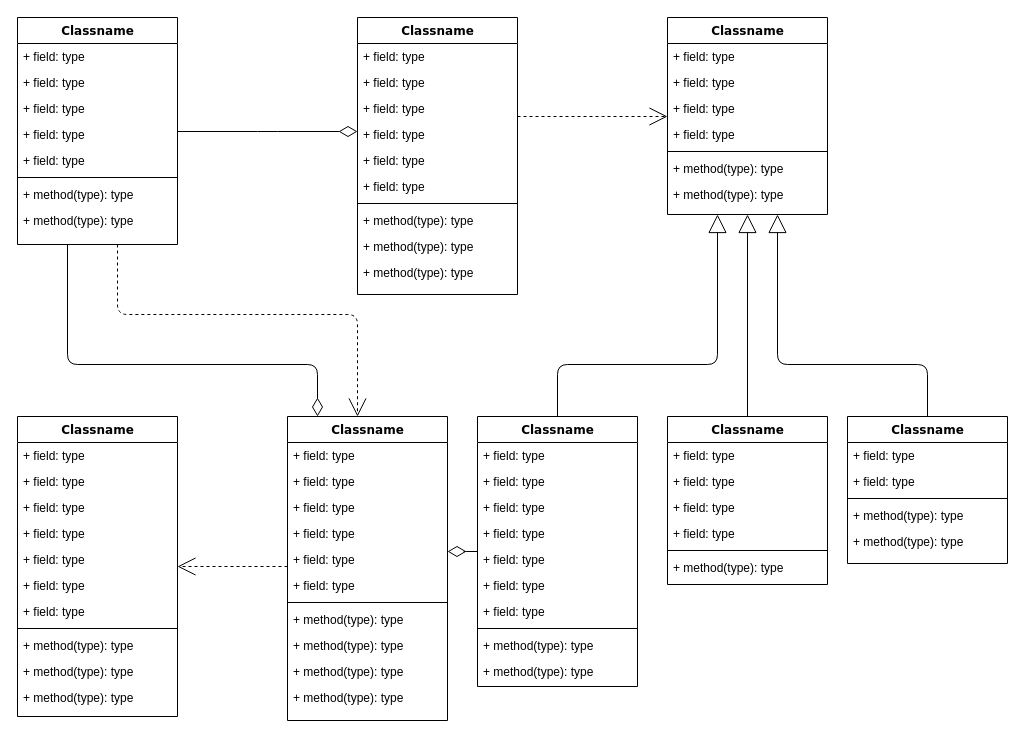
Before: Untitled Diagram.drawio in kpeterson5/hello-world, a draw.io diagram. Source tidied: cells renumbered, new cells numbered last; positions are measured from the earlier drawing's top-left corner, leaving out a move shared by most shapes. Both pictures are drawn from the tidied source at 100%, with x=0, y=0 at pixel (17, 17).
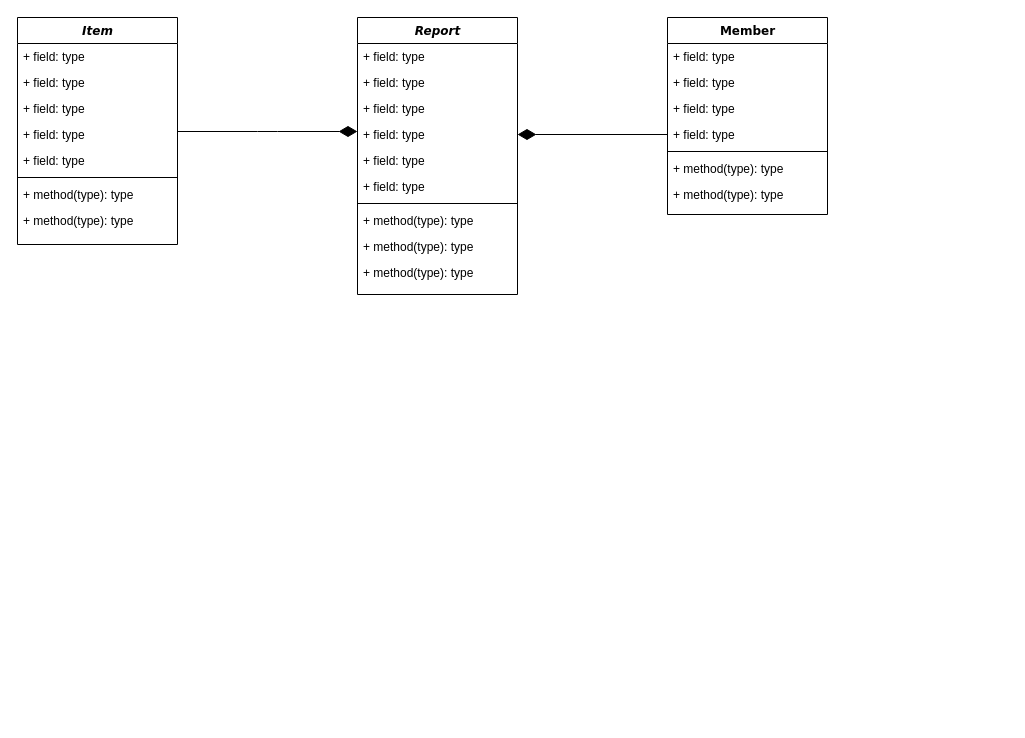
After the change.

The change refers to these unchanged cells:
```xml
<mxCell id="18" value="+ field: type" style="text;html=1;strokeColor=none;fillColor=none;align=left;verticalAlign=top;spacingLeft=4;spacingRight=4;whiteSpace=wrap;overflow=hidden;points=[[0,0.5],[1,0.5]];portConstraint=eastwest;" parent="14" vertex="1">
  <mxGeometry y="104" width="160" height="26" as="geometry" />
</mxCell>
<mxCell id="29" value="+ field: type" style="text;html=1;strokeColor=none;fillColor=none;align=left;verticalAlign=top;spacingLeft=4;spacingRight=4;whiteSpace=wrap;overflow=hidden;points=[[0,0.5],[1,0.5]];portConstraint=eastwest;" parent="25" vertex="1">
  <mxGeometry y="104" width="160" height="26" as="geometry" />
</mxCell>
```

What changed in the source:
```diff
@@
-    <mxCell id="2" style="edgeStyle=orthogonalEdgeStyle;html=1;labelBackgroundColor=none;startFill=0;startSize=8;endArrow=open;endFill=0;endSize=16;fontFamily=Verdana;fontSize=12;dashed=1;" parent="1" edge="1" source="4" target="47">
-      <mxGeometry relative="1" as="geometry">
-        <Array as="points">
-          <mxPoint x="100" y="297" />
-          <mxPoint x="340" y="297" />
-        </Array>
-      </mxGeometry>
-    </mxCell>
-    <mxCell id="3" style="edgeStyle=orthogonalEdgeStyle;html=1;labelBackgroundColor=none;startFill=0;startSize=8;endArrow=diamondThin;endFill=0;endSize=16;fontFamily=Verdana;fontSize=12;" parent="1" edge="1" source="4" target="47">
-      <mxGeometry relative="1" as="geometry">
-        <Array as="points">
-          <mxPoint x="50" y="347" />
-          <mxPoint x="300" y="347" />
-        </Array>
-      </mxGeometry>
-    </mxCell>
-    <mxCell id="4" value="Classname" style="swimlane;html=1;fontStyle=1;align=center;verticalAlign=top;horizontal=1;startSize=26;swimlaneFillColor=#ffffff;rounded=0;shadow=0;comic=0;labelBackgroundColor=none;strokeColor=#000000;strokeWidth=1;fillColor=none;fontFamily=Verdana;fontSize=12;fontColor=#000000;" parent="1" vertex="1">
+    <mxCell id="4" value="&lt;i&gt;Item&lt;/i&gt;" style="swimlane;html=1;fontStyle=1;align=center;verticalAlign=top;horizontal=1;startSize=26;swimlaneFillColor=#ffffff;rounded=0;shadow=0;comic=0;labelBackgroundColor=none;strokeColor=#000000;strokeWidth=1;fillColor=none;fontFamily=Verdana;fontSize=12;fontColor=#000000;" parent="1" vertex="1">
       <mxGeometry width="160" height="227" as="geometry" />
     </mxCell>
@@
-    <mxCell id="13" style="edgeStyle=elbowEdgeStyle;html=1;labelBackgroundColor=none;startFill=0;startSize=8;endArrow=open;endFill=0;endSize=16;fontFamily=Verdana;fontSize=12;elbow=vertical;dashed=1;" parent="1" edge="1" source="14" target="25">
-      <mxGeometry relative="1" as="geometry" />
-    </mxCell>
-    <mxCell id="14" value="Classname" style="swimlane;html=1;fontStyle=1;align=center;verticalAlign=top;horizontal=1;startSize=26;swimlaneFillColor=#ffffff;rounded=0;shadow=0;comic=0;labelBackgroundColor=none;strokeColor=#000000;strokeWidth=1;fillColor=none;fontFamily=Verdana;fontSize=12;fontColor=#000000;" parent="1" vertex="1">
+    <mxCell id="14" value="&lt;i&gt;Report&lt;/i&gt;" style="swimlane;html=1;fontStyle=1;align=center;verticalAlign=top;horizontal=1;startSize=26;swimlaneFillColor=#ffffff;rounded=0;shadow=0;comic=0;labelBackgroundColor=none;strokeColor=#000000;strokeWidth=1;fillColor=none;fontFamily=Verdana;fontSize=12;fontColor=#000000;" parent="1" vertex="1">
       <mxGeometry x="340" width="160" height="277" as="geometry" />
     </mxCell>
@@
-    <mxCell id="25" value="Classname" style="swimlane;html=1;fontStyle=1;align=center;verticalAlign=top;horizontal=1;startSize=26;swimlaneFillColor=#ffffff;rounded=0;shadow=0;comic=0;labelBackgroundColor=none;strokeColor=#000000;strokeWidth=1;fillColor=none;fontFamily=Verdana;fontSize=12;fontColor=#000000;" parent="1" vertex="1">
+    <mxCell id="25" value="Member" style="swimlane;html=1;fontStyle=1;align=center;verticalAlign=top;horizontal=1;startSize=26;swimlaneFillColor=#ffffff;rounded=0;shadow=0;comic=0;labelBackgroundColor=none;strokeColor=#000000;strokeWidth=1;fillColor=none;fontFamily=Verdana;fontSize=12;fontColor=#000000;" parent="1" vertex="1">
       <mxGeometry x="650" width="160" height="197" as="geometry" />
     </mxCell>
@@
-    <mxCell id="33" style="edgeStyle=elbowEdgeStyle;html=1;labelBackgroundColor=none;startFill=0;startSize=8;endArrow=open;endFill=0;endSize=16;fontFamily=Verdana;fontSize=12;elbow=vertical;dashed=1;" parent="1" edge="1" source="47" target="34">
-      <mxGeometry relative="1" as="geometry" />
-    </mxCell>
-    <mxCell id="34" value="Classname" style="swimlane;html=1;fontStyle=1;align=center;verticalAlign=top;horizontal=1;startSize=26;swimlaneFillColor=#ffffff;rounded=0;shadow=0;comic=0;labelBackgroundColor=none;strokeColor=#000000;strokeWidth=1;fillColor=none;fontFamily=Verdana;fontSize=12;fontColor=#000000;" parent="1" vertex="1">
-      <mxGeometry y="399" width="160" height="300" as="geometry" />
-    </mxCell>
-    <mxCell id="35" value="+ field: type" style="text;html=1;strokeColor=none;fillColor=none;align=left;verticalAlign=top;spacingLeft=4;spacingRight=4;whiteSpace=wrap;overflow=hidden;" parent="34" vertex="1">
-      <mxGeometry y="26" width="160" height="26" as="geometry" />
-    </mxCell>
-    <mxCell id="36" value="+ field: type" style="text;html=1;strokeColor=none;fillColor=none;align=left;verticalAlign=top;spacingLeft=4;spacingRight=4;whiteSpace=wrap;overflow=hidden;" parent="34" vertex="1">
-      <mxGeometry y="52" width="160" height="26" as="geometry" />
-    </mxCell>
-    <mxCell id="37" value="+ field: type" style="text;html=1;strokeColor=none;fillColor=none;align=left;verticalAlign=top;spacingLeft=4;spacingRight=4;whiteSpace=wrap;overflow=hidden;" parent="34" vertex="1">
-      <mxGeometry y="78" width="160" height="26" as="geometry" />
-    </mxCell>
-    <mxCell id="38" value="+ field: type" style="text;html=1;strokeColor=none;fillColor=none;align=left;verticalAlign=top;spacingLeft=4;spacingRight=4;whiteSpace=wrap;overflow=hidden;" parent="34" vertex="1">
-      <mxGeometry y="104" width="160" height="26" as="geometry" />
-    </mxCell>
-    <mxCell id="39" value="+ field: type" style="text;html=1;strokeColor=none;fillColor=none;align=left;verticalAlign=top;spacingLeft=4;spacingRight=4;whiteSpace=wrap;overflow=hidden;" parent="34" vertex="1">
-      <mxGeometry y="130" width="160" height="26" as="geometry" />
-    </mxCell>
-    <mxCell id="40" value="+ field: type" style="text;html=1;strokeColor=none;fillColor=none;align=left;verticalAlign=top;spacingLeft=4;spacingRight=4;whiteSpace=wrap;overflow=hidden;" parent="34" vertex="1">
-      <mxGeometry y="156" width="160" height="26" as="geometry" />
-    </mxCell>
-    <mxCell id="41" value="+ field: type" style="text;html=1;strokeColor=none;fillColor=none;align=left;verticalAlign=top;spacingLeft=4;spacingRight=4;whiteSpace=wrap;overflow=hidden;" parent="34" vertex="1">
-      <mxGeometry y="182" width="160" height="26" as="geometry" />
-    </mxCell>
-    <mxCell id="42" style="line;html=1;strokeWidth=1;fillColor=none;align=left;verticalAlign=middle;spacingTop=-1;spacingLeft=3;spacingRight=3;labelPosition=right;" parent="34" vertex="1">
-      <mxGeometry y="208" width="160" height="8" as="geometry" />
-    </mxCell>
-    <mxCell id="43" value="+ method(type): type" style="text;html=1;strokeColor=none;fillColor=none;align=left;verticalAlign=top;spacingLeft=4;spacingRight=4;whiteSpace=wrap;overflow=hidden;" parent="34" vertex="1">
-      <mxGeometry y="216" width="160" height="26" as="geometry" />
-    </mxCell>
-    <mxCell id="44" value="+ method(type): type" style="text;html=1;strokeColor=none;fillColor=none;align=left;verticalAlign=top;spacingLeft=4;spacingRight=4;whiteSpace=wrap;overflow=hidden;" parent="34" vertex="1">
-      <mxGeometry y="242" width="160" height="26" as="geometry" />
-    </mxCell>
-    <mxCell id="45" value="+ method(type): type" style="text;html=1;strokeColor=none;fillColor=none;align=left;verticalAlign=top;spacingLeft=4;spacingRight=4;whiteSpace=wrap;overflow=hidden;" parent="34" vertex="1">
-      <mxGeometry y="268" width="160" height="26" as="geometry" />
-    </mxCell>
-    <mxCell id="46" style="edgeStyle=elbowEdgeStyle;html=1;labelBackgroundColor=none;startFill=0;startSize=8;endArrow=diamondThin;endFill=0;endSize=16;fontFamily=Verdana;fontSize=12;elbow=vertical;" parent="1" edge="1" source="60" target="47">
-      <mxGeometry relative="1" as="geometry" />
-    </mxCell>
-    <mxCell id="47" value="Classname" style="swimlane;html=1;fontStyle=1;align=center;verticalAlign=top;horizontal=1;startSize=26;swimlaneFillColor=#ffffff;rounded=0;shadow=0;comic=0;labelBackgroundColor=none;strokeColor=#000000;strokeWidth=1;fillColor=none;fontFamily=Verdana;fontSize=12;fontColor=#000000;" parent="1" vertex="1">
-      <mxGeometry x="270" y="399" width="160" height="304" as="geometry" />
-    </mxCell>
-    <mxCell id="48" value="+ field: type" style="text;html=1;strokeColor=none;fillColor=none;align=left;verticalAlign=top;spacingLeft=4;spacingRight=4;whiteSpace=wrap;overflow=hidden;" parent="47" vertex="1">
-      <mxGeometry y="26" width="160" height="26" as="geometry" />
-    </mxCell>
-    <mxCell id="49" value="+ field: type" style="text;html=1;strokeColor=none;fillColor=none;align=left;verticalAlign=top;spacingLeft=4;spacingRight=4;whiteSpace=wrap;overflow=hidden;" parent="47" vertex="1">
-      <mxGeometry y="52" width="160" height="26" as="geometry" />
-    </mxCell>
-    <mxCell id="50" value="+ field: type" style="text;html=1;strokeColor=none;fillColor=none;align=left;verticalAlign=top;spacingLeft=4;spacingRight=4;whiteSpace=wrap;overflow=hidden;" parent="47" vertex="1">
-      <mxGeometry y="78" width="160" height="26" as="geometry" />
-    </mxCell>
-    <mxCell id="51" value="+ field: type" style="text;html=1;strokeColor=none;fillColor=none;align=left;verticalAlign=top;spacingLeft=4;spacingRight=4;whiteSpace=wrap;overflow=hidden;" parent="47" vertex="1">
-      <mxGeometry y="104" width="160" height="26" as="geometry" />
-    </mxCell>
-    <mxCell id="52" value="+ field: type" style="text;html=1;strokeColor=none;fillColor=none;align=left;verticalAlign=top;spacingLeft=4;spacingRight=4;whiteSpace=wrap;overflow=hidden;" parent="47" vertex="1">
-      <mxGeometry y="130" width="160" height="26" as="geometry" />
-    </mxCell>
-    <mxCell id="53" value="+ field: type" style="text;html=1;strokeColor=none;fillColor=none;align=left;verticalAlign=top;spacingLeft=4;spacingRight=4;whiteSpace=wrap;overflow=hidden;" parent="47" vertex="1">
-      <mxGeometry y="156" width="160" height="26" as="geometry" />
-    </mxCell>
-    <mxCell id="54" style="line;html=1;strokeWidth=1;fillColor=none;align=left;verticalAlign=middle;spacingTop=-1;spacingLeft=3;spacingRight=3;labelPosition=right;" parent="47" vertex="1">
-      <mxGeometry y="182" width="160" height="8" as="geometry" />
-    </mxCell>
-    <mxCell id="55" value="+ method(type): type" style="text;html=1;strokeColor=none;fillColor=none;align=left;verticalAlign=top;spacingLeft=4;spacingRight=4;whiteSpace=wrap;overflow=hidden;" parent="47" vertex="1">
-      <mxGeometry y="190" width="160" height="26" as="geometry" />
-    </mxCell>
-    <mxCell id="56" value="+ method(type): type" style="text;html=1;strokeColor=none;fillColor=none;align=left;verticalAlign=top;spacingLeft=4;spacingRight=4;whiteSpace=wrap;overflow=hidden;" parent="47" vertex="1">
-      <mxGeometry y="216" width="160" height="26" as="geometry" />
-    </mxCell>
-    <mxCell id="57" value="+ method(type): type" style="text;html=1;strokeColor=none;fillColor=none;align=left;verticalAlign=top;spacingLeft=4;spacingRight=4;whiteSpace=wrap;overflow=hidden;" parent="47" vertex="1">
-      <mxGeometry y="242" width="160" height="26" as="geometry" />
-    </mxCell>
-    <mxCell id="58" value="+ method(type): type" style="text;html=1;strokeColor=none;fillColor=none;align=left;verticalAlign=top;spacingLeft=4;spacingRight=4;whiteSpace=wrap;overflow=hidden;" parent="47" vertex="1">
-      <mxGeometry y="268" width="160" height="26" as="geometry" />
-    </mxCell>
-    <mxCell id="59" style="edgeStyle=orthogonalEdgeStyle;html=1;labelBackgroundColor=none;startFill=0;startSize=8;endArrow=block;endFill=0;endSize=16;fontFamily=Verdana;fontSize=12;" parent="1" edge="1" source="60" target="25">
-      <mxGeometry relative="1" as="geometry">
-        <Array as="points">
-          <mxPoint x="540" y="347" />
-          <mxPoint x="700" y="347" />
-        </Array>
-      </mxGeometry>
-    </mxCell>
-    <mxCell id="60" value="Classname" style="swimlane;html=1;fontStyle=1;align=center;verticalAlign=top;horizontal=1;startSize=26;swimlaneFillColor=#ffffff;rounded=0;shadow=0;comic=0;labelBackgroundColor=none;strokeColor=#000000;strokeWidth=1;fillColor=none;fontFamily=Verdana;fontSize=12;fontColor=#000000;" parent="1" vertex="1">
-      <mxGeometry x="460" y="399" width="160" height="270" as="geometry" />
-    </mxCell>
-    <mxCell id="61" value="+ field: type" style="text;html=1;strokeColor=none;fillColor=none;align=left;verticalAlign=top;spacingLeft=4;spacingRight=4;whiteSpace=wrap;overflow=hidden;" parent="60" vertex="1">
-      <mxGeometry y="26" width="160" height="26" as="geometry" />
-    </mxCell>
-    <mxCell id="62" value="+ field: type" style="text;html=1;strokeColor=none;fillColor=none;align=left;verticalAlign=top;spacingLeft=4;spacingRight=4;whiteSpace=wrap;overflow=hidden;" parent="60" vertex="1">
-      <mxGeometry y="52" width="160" height="26" as="geometry" />
-    </mxCell>
-    <mxCell id="63" value="+ field: type" style="text;html=1;strokeColor=none;fillColor=none;align=left;verticalAlign=top;spacingLeft=4;spacingRight=4;whiteSpace=wrap;overflow=hidden;" parent="60" vertex="1">
-      <mxGeometry y="78" width="160" height="26" as="geometry" />
-    </mxCell>
-    <mxCell id="64" value="+ field: type" style="text;html=1;strokeColor=none;fillColor=none;align=left;verticalAlign=top;spacingLeft=4;spacingRight=4;whiteSpace=wrap;overflow=hidden;" parent="60" vertex="1">
-      <mxGeometry y="104" width="160" height="26" as="geometry" />
-    </mxCell>
-    <mxCell id="65" value="+ field: type" style="text;html=1;strokeColor=none;fillColor=none;align=left;verticalAlign=top;spacingLeft=4;spacingRight=4;whiteSpace=wrap;overflow=hidden;" parent="60" vertex="1">
-      <mxGeometry y="130" width="160" height="26" as="geometry" />
-    </mxCell>
-    <mxCell id="66" value="+ field: type" style="text;html=1;strokeColor=none;fillColor=none;align=left;verticalAlign=top;spacingLeft=4;spacingRight=4;whiteSpace=wrap;overflow=hidden;" parent="60" vertex="1">
-      <mxGeometry y="156" width="160" height="26" as="geometry" />
-    </mxCell>
-    <mxCell id="67" value="+ field: type" style="text;html=1;strokeColor=none;fillColor=none;align=left;verticalAlign=top;spacingLeft=4;spacingRight=4;whiteSpace=wrap;overflow=hidden;" parent="60" vertex="1">
-      <mxGeometry y="182" width="160" height="26" as="geometry" />
-    </mxCell>
-    <mxCell id="68" style="line;html=1;strokeWidth=1;fillColor=none;align=left;verticalAlign=middle;spacingTop=-1;spacingLeft=3;spacingRight=3;labelPosition=right;" parent="60" vertex="1">
-      <mxGeometry y="208" width="160" height="8" as="geometry" />
-    </mxCell>
-    <mxCell id="69" value="+ method(type): type" style="text;html=1;strokeColor=none;fillColor=none;align=left;verticalAlign=top;spacingLeft=4;spacingRight=4;whiteSpace=wrap;overflow=hidden;" parent="60" vertex="1">
-      <mxGeometry y="216" width="160" height="26" as="geometry" />
-    </mxCell>
-    <mxCell id="70" value="+ method(type): type" style="text;html=1;strokeColor=none;fillColor=none;align=left;verticalAlign=top;spacingLeft=4;spacingRight=4;whiteSpace=wrap;overflow=hidden;" parent="60" vertex="1">
-      <mxGeometry y="242" width="160" height="26" as="geometry" />
-    </mxCell>
-    <mxCell id="71" style="edgeStyle=orthogonalEdgeStyle;html=1;labelBackgroundColor=none;startFill=0;startSize=8;endArrow=block;endFill=0;endSize=16;fontFamily=Verdana;fontSize=12;" parent="1" edge="1" source="72" target="25">
-      <mxGeometry relative="1" as="geometry" />
-    </mxCell>
-    <mxCell id="72" value="Classname" style="swimlane;html=1;fontStyle=1;align=center;verticalAlign=top;horizontal=1;startSize=26;swimlaneFillColor=#ffffff;rounded=0;shadow=0;comic=0;labelBackgroundColor=none;strokeColor=#000000;strokeWidth=1;fillColor=none;fontFamily=Verdana;fontSize=12;fontColor=#000000;" parent="1" vertex="1">
-      <mxGeometry x="650" y="399" width="160" height="168" as="geometry" />
-    </mxCell>
-    <mxCell id="73" value="+ field: type" style="text;html=1;strokeColor=none;fillColor=none;align=left;verticalAlign=top;spacingLeft=4;spacingRight=4;whiteSpace=wrap;overflow=hidden;" parent="72" vertex="1">
-      <mxGeometry y="26" width="160" height="26" as="geometry" />
-    </mxCell>
-    <mxCell id="74" value="+ field: type" style="text;html=1;strokeColor=none;fillColor=none;align=left;verticalAlign=top;spacingLeft=4;spacingRight=4;whiteSpace=wrap;overflow=hidden;" parent="72" vertex="1">
-      <mxGeometry y="52" width="160" height="26" as="geometry" />
-    </mxCell>
-    <mxCell id="75" value="+ field: type" style="text;html=1;strokeColor=none;fillColor=none;align=left;verticalAlign=top;spacingLeft=4;spacingRight=4;whiteSpace=wrap;overflow=hidden;" parent="72" vertex="1">
-      <mxGeometry y="78" width="160" height="26" as="geometry" />
-    </mxCell>
-    <mxCell id="76" value="+ field: type" style="text;html=1;strokeColor=none;fillColor=none;align=left;verticalAlign=top;spacingLeft=4;spacingRight=4;whiteSpace=wrap;overflow=hidden;" parent="72" vertex="1">
-      <mxGeometry y="104" width="160" height="26" as="geometry" />
-    </mxCell>
-    <mxCell id="77" style="line;html=1;strokeWidth=1;fillColor=none;align=left;verticalAlign=middle;spacingTop=-1;spacingLeft=3;spacingRight=3;labelPosition=right;" parent="72" vertex="1">
-      <mxGeometry y="130" width="160" height="8" as="geometry" />
-    </mxCell>
-    <mxCell id="78" value="+ method(type): type" style="text;html=1;strokeColor=none;fillColor=none;align=left;verticalAlign=top;spacingLeft=4;spacingRight=4;whiteSpace=wrap;overflow=hidden;" parent="72" vertex="1">
-      <mxGeometry y="138" width="160" height="26" as="geometry" />
-    </mxCell>
-    <mxCell id="79" style="edgeStyle=orthogonalEdgeStyle;html=1;labelBackgroundColor=none;startFill=0;startSize=8;endArrow=block;endFill=0;endSize=16;fontFamily=Verdana;fontSize=12;" parent="1" edge="1" source="80" target="25">
-      <mxGeometry relative="1" as="geometry">
-        <Array as="points">
-          <mxPoint x="910" y="347" />
-          <mxPoint x="760" y="347" />
-        </Array>
-      </mxGeometry>
-    </mxCell>
-    <mxCell id="80" value="Classname" style="swimlane;html=1;fontStyle=1;align=center;verticalAlign=top;horizontal=1;startSize=26;swimlaneFillColor=#ffffff;rounded=0;shadow=0;comic=0;labelBackgroundColor=none;strokeColor=#000000;strokeWidth=1;fillColor=none;fontFamily=Verdana;fontSize=12;fontColor=#000000;" parent="1" vertex="1">
-      <mxGeometry x="830" y="399" width="160" height="147" as="geometry" />
-    </mxCell>
-    <mxCell id="81" value="+ field: type" style="text;html=1;strokeColor=none;fillColor=none;align=left;verticalAlign=top;spacingLeft=4;spacingRight=4;whiteSpace=wrap;overflow=hidden;" parent="80" vertex="1">
-      <mxGeometry y="26" width="160" height="26" as="geometry" />
-    </mxCell>
-    <mxCell id="82" value="+ field: type" style="text;html=1;strokeColor=none;fillColor=none;align=left;verticalAlign=top;spacingLeft=4;spacingRight=4;whiteSpace=wrap;overflow=hidden;" parent="80" vertex="1">
-      <mxGeometry y="52" width="160" height="26" as="geometry" />
-    </mxCell>
-    <mxCell id="83" style="line;html=1;strokeWidth=1;fillColor=none;align=left;verticalAlign=middle;spacingTop=-1;spacingLeft=3;spacingRight=3;labelPosition=right;" parent="80" vertex="1">
-      <mxGeometry y="78" width="160" height="8" as="geometry" />
-    </mxCell>
-    <mxCell id="84" value="+ method(type): type" style="text;html=1;strokeColor=none;fillColor=none;align=left;verticalAlign=top;spacingLeft=4;spacingRight=4;whiteSpace=wrap;overflow=hidden;" parent="80" vertex="1">
-      <mxGeometry y="86" width="160" height="26" as="geometry" />
-    </mxCell>
-    <mxCell id="85" value="+ method(type): type" style="text;html=1;strokeColor=none;fillColor=none;align=left;verticalAlign=top;spacingLeft=4;spacingRight=4;whiteSpace=wrap;overflow=hidden;" parent="80" vertex="1">
-      <mxGeometry y="112" width="160" height="26" as="geometry" />
-    </mxCell>
-    <mxCell id="86" style="edgeStyle=elbowEdgeStyle;html=1;labelBackgroundColor=none;startFill=0;startSize=8;endArrow=diamondThin;endFill=0;endSize=16;fontFamily=Verdana;fontSize=12;elbow=vertical;" parent="1" edge="1" source="4" target="14">
+    <mxCell id="86" style="edgeStyle=elbowEdgeStyle;html=1;labelBackgroundColor=none;startFill=0;startSize=8;endArrow=diamondThin;endFill=1;endSize=16;fontFamily=Verdana;fontSize=12;elbow=vertical;" parent="1" edge="1" source="4" target="14">
       <mxGeometry relative="1" as="geometry" />
     </mxCell>
+    <mxCell id="87" style="endArrow=diamondThin;html=1;entryX=1;entryY=0.5;entryDx=0;entryDy=0;exitX=0;exitY=0.5;exitDx=0;exitDy=0;endSize=16;endFill=1;" parent="1" edge="1" source="29" target="18">
+      <mxGeometry relative="1" as="geometry" />
+    </mxCell>
```
